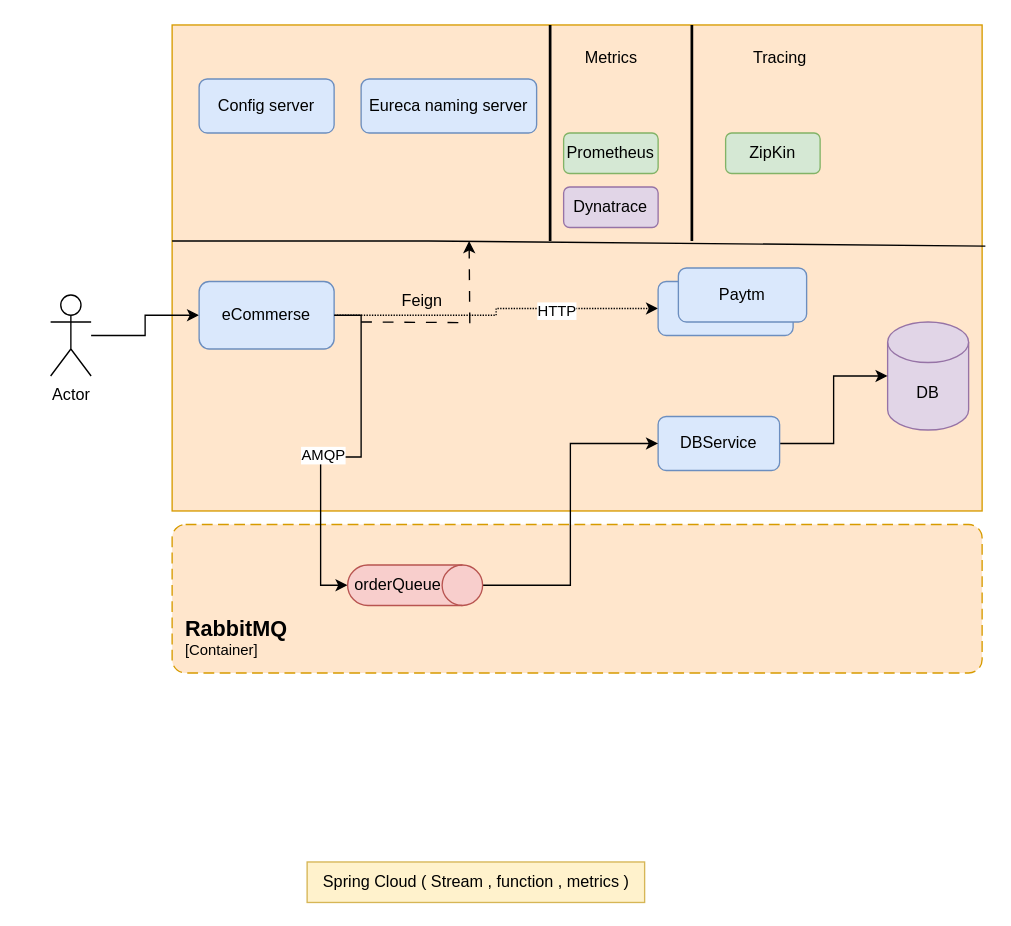
Above: page "Spring-cloud" (2 of 2) of ArchDiagram.drawio in abdulmohsin/microservices (draw.io), before the change. Source tidied: cells renumbered, new cells numbered last; positions are measured from the earlier drawing's top-left corner, leaving out a move shared by most shapes. Both pictures are drawn from the tidied source at 135%, with x=0, y=0 at pixel (50, 24).
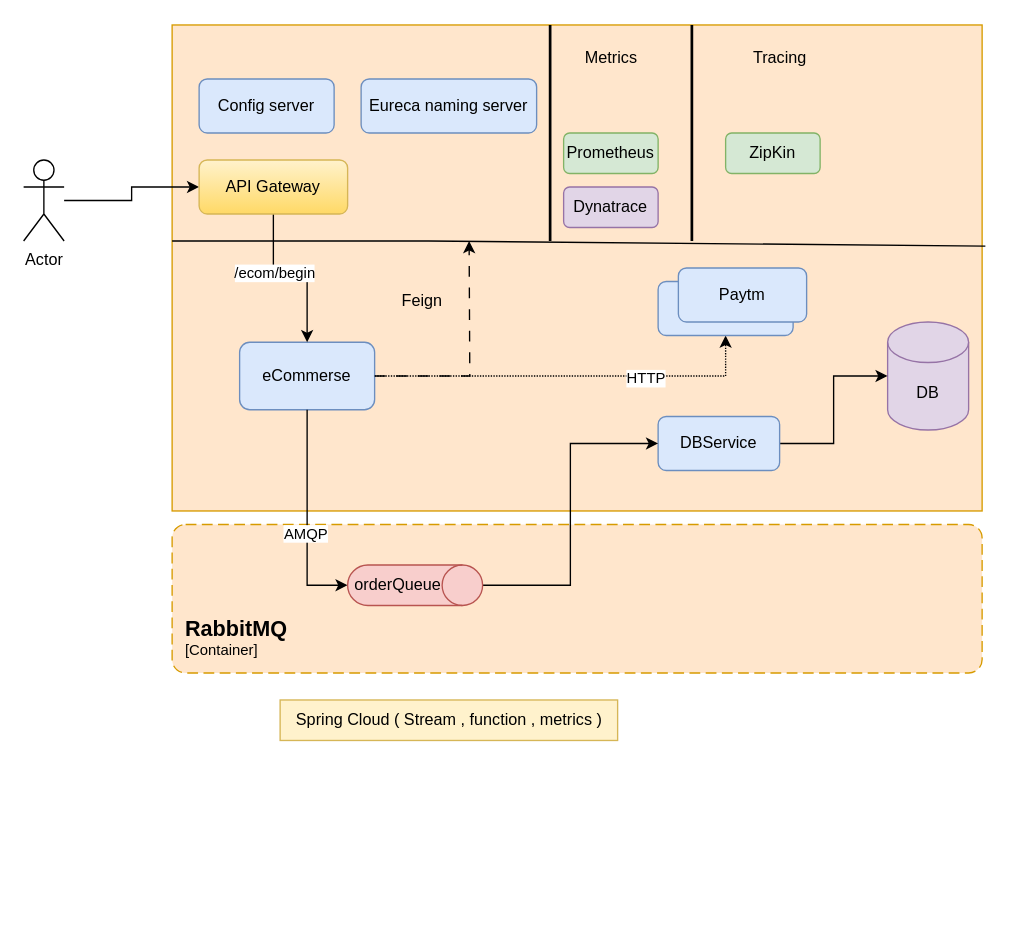
After the change.

What changed in the source:
```diff
@@
-    <mxCell id="4" style="edgeStyle=orthogonalEdgeStyle;rounded=0;jettySize=auto;html=1;" parent="1" edge="1" source="5" target="8">
-      <mxGeometry relative="1" as="geometry" />
-    </mxCell>
+    <mxCell id="31" style="edgeStyle=orthogonalEdgeStyle;rounded=0;jettySize=auto;html=1;" parent="1" edge="1" source="5" target="34">
+      <mxGeometry relative="1" as="geometry" />
+    </mxCell>
     <mxCell id="5" value="Actor" style="shape=umlActor;verticalLabelPosition=bottom;verticalAlign=top;html=1;outlineConnect=0;" parent="1" vertex="1">
-      <mxGeometry y="200" width="30" height="60" as="geometry" />
+      <mxGeometry x="-20" y="100" width="30" height="60" as="geometry" />
     </mxCell>
@@
     <mxCell id="8" value="eCommerse" style="rounded=1;whiteSpace=wrap;html=1;fillColor=#dae8fc;strokeColor=#6c8ebf;" parent="1" vertex="1">
-      <mxGeometry x="110" y="190" width="100" height="50" as="geometry" />
+      <mxGeometry x="140" y="235" width="100" height="50" as="geometry" />
     </mxCell>
@@
     <mxCell id="13" value="Spring Cloud ( Stream , function , metrics )" style="text;html=1;align=center;verticalAlign=middle;strokeColor=#d6b656;fillColor=#fff2cc;" parent="1" vertex="1">
-      <mxGeometry x="190" y="620" width="250" height="30" as="geometry" />
+      <mxGeometry x="170" y="500" width="250" height="30" as="geometry" />
     </mxCell>
@@
-    <mxCell id="22" style="edgeStyle=orthogonalEdgeStyle;rounded=0;orthogonalLoop=1;jettySize=auto;html=1;dashed=1;dashPattern=8 8;" parent="1" edge="1">
+    <mxCell id="22" style="edgeStyle=orthogonalEdgeStyle;rounded=0;jettySize=auto;html=1;dashed=1;dashPattern=8 8;" parent="1" edge="1" source="8">
       <mxGeometry relative="1" as="geometry">
-        <mxPoint x="230" y="220" as="sourcePoint" />
         <mxPoint x="310" y="160" as="targetPoint" />
       </mxGeometry>
     </mxCell>
@@
+    <mxCell id="32" style="edgeStyle=orthogonalEdgeStyle;rounded=0;jettySize=auto;html=1;entryX=0.5;entryY=0;entryDx=0;entryDy=0;" parent="1" edge="1" source="34" target="8">
+      <mxGeometry relative="1" as="geometry" />
+    </mxCell>
+    <mxCell id="33" value="/ecom/begin" style="edgeLabel;html=1;align=center;verticalAlign=middle;" parent="32" vertex="1">
+      <mxGeometry x="-0.28" relative="1" as="geometry" />
+    </mxCell>
+    <mxCell id="34" value="API Gateway" style="rounded=1;whiteSpace=wrap;html=1;fillColor=#fff2cc;strokeColor=#d6b656;gradientColor=#ffd966;" parent="1" vertex="1">
+      <mxGeometry x="110" y="100" width="110" height="40" as="geometry" />
+    </mxCell>
```
